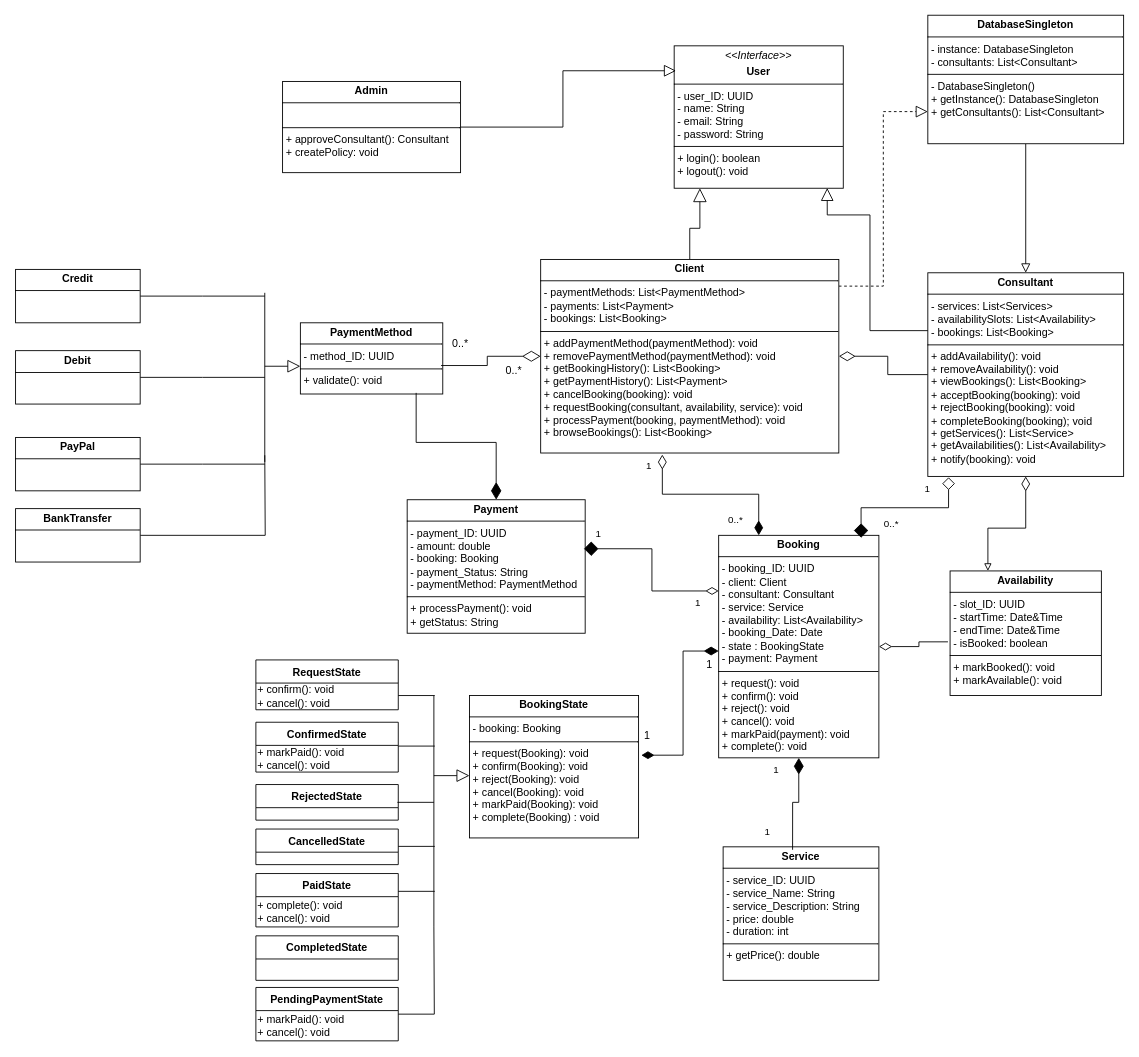
Earlier version of the draw.io diagram UML Diagrams/Class Diagrams/Class_Diagram_src.drawio.xml (yamintayyar/eecs3311-project). Source tidied: cells renumbered, new cells numbered last; positions are measured from the earlier drawing's top-left corner, leaving out a move shared by most shapes. Both pictures are drawn from the tidied source at 89%, with x=0, y=0 at pixel (15, 15).
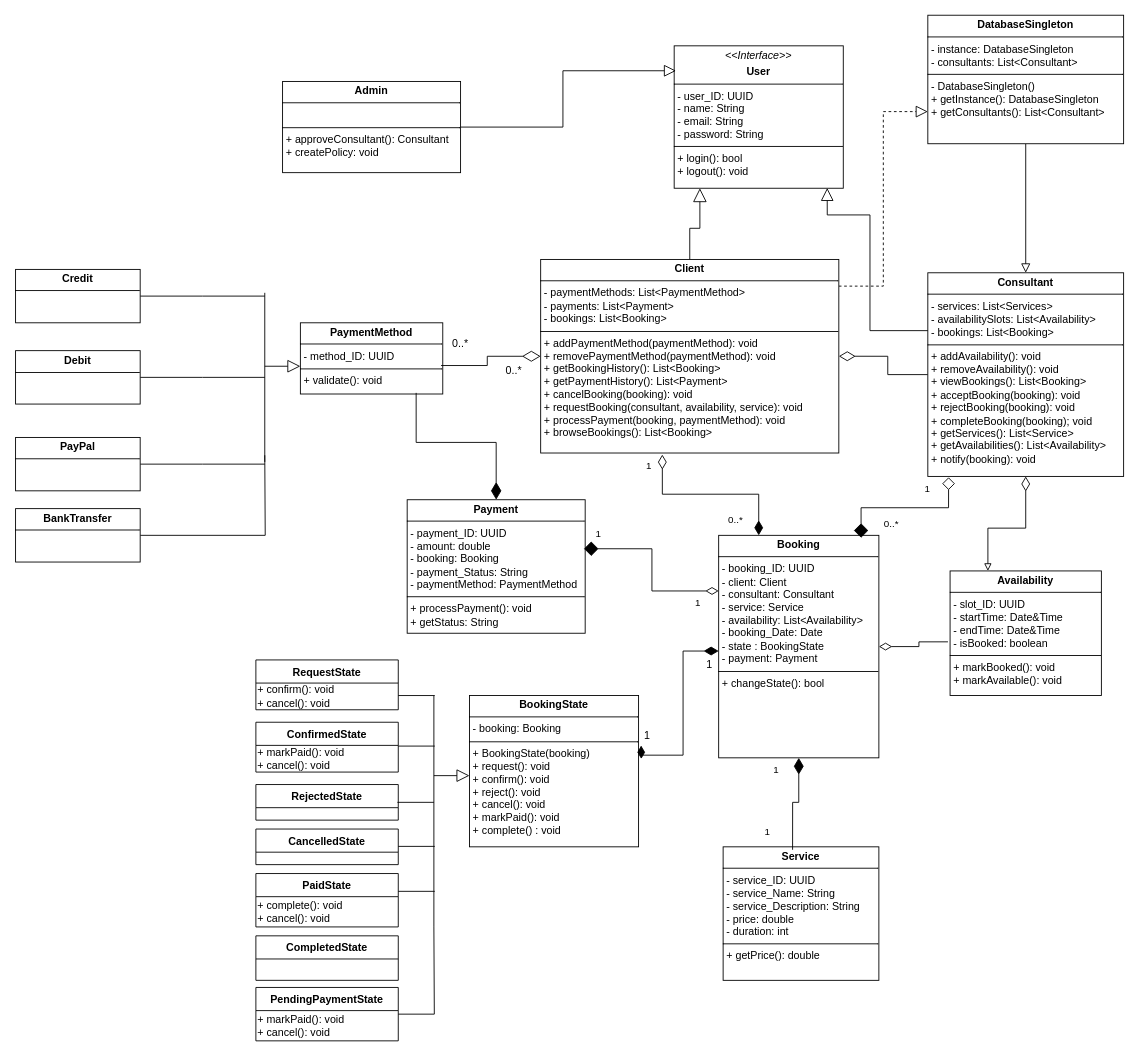
Above is the later version.

Commit message:
Fix state pattern for Booking/BookingState class

What changed in the source:
```diff
@@
-    <mxCell id="2" value="&lt;p style=&quot;margin:0px;margin-top:4px;text-align:center;&quot;&gt;&lt;i&gt;&amp;lt;&amp;lt;Interface&amp;gt;&amp;gt;&lt;/i&gt;&lt;/p&gt;&lt;p style=&quot;margin:0px;margin-top:4px;text-align:center;&quot;&gt;&lt;b&gt;User&lt;/b&gt;&lt;/p&gt;&lt;hr size=&quot;1&quot; style=&quot;border-style:solid;&quot;&gt;&lt;p style=&quot;margin:0px;margin-left:4px;&quot;&gt;- user_ID: UUID&lt;/p&gt;&lt;p style=&quot;margin:0px;margin-left:4px;&quot;&gt;- name: String&lt;/p&gt;&lt;p style=&quot;margin:0px;margin-left:4px;&quot;&gt;- email: String&lt;/p&gt;&lt;p style=&quot;margin:0px;margin-left:4px;&quot;&gt;- password: String&lt;/p&gt;&lt;hr size=&quot;1&quot; style=&quot;border-style:solid;&quot;&gt;&lt;p style=&quot;margin:0px;margin-left:4px;&quot;&gt;+ login(): boolean&lt;/p&gt;&lt;p style=&quot;margin:0px;margin-left:4px;&quot;&gt;+ logout(): void&lt;/p&gt;" style="verticalAlign=top;align=left;overflow=fill;html=1;whiteSpace=wrap;" parent="1" vertex="1">
+    <mxCell id="2" value="&lt;p style=&quot;margin:0px;margin-top:4px;text-align:center;&quot;&gt;&lt;i&gt;&amp;lt;&amp;lt;Interface&amp;gt;&amp;gt;&lt;/i&gt;&lt;/p&gt;&lt;p style=&quot;margin:0px;margin-top:4px;text-align:center;&quot;&gt;&lt;b&gt;User&lt;/b&gt;&lt;/p&gt;&lt;hr size=&quot;1&quot; style=&quot;border-style:solid;&quot;&gt;&lt;p style=&quot;margin:0px;margin-left:4px;&quot;&gt;- user_ID: UUID&lt;/p&gt;&lt;p style=&quot;margin:0px;margin-left:4px;&quot;&gt;- name: String&lt;/p&gt;&lt;p style=&quot;margin:0px;margin-left:4px;&quot;&gt;- email: String&lt;/p&gt;&lt;p style=&quot;margin:0px;margin-left:4px;&quot;&gt;- password: String&lt;/p&gt;&lt;hr size=&quot;1&quot; style=&quot;border-style:solid;&quot;&gt;&lt;p style=&quot;margin:0px;margin-left:4px;&quot;&gt;+ login(): bool&lt;/p&gt;&lt;p style=&quot;margin:0px;margin-left:4px;&quot;&gt;+ logout(): void&lt;/p&gt;" style="verticalAlign=top;align=left;overflow=fill;html=1;whiteSpace=wrap;" parent="1" vertex="1">
       <mxGeometry x="740" y="34" width="190" height="160" as="geometry" />
     </mxCell>
@@
-    <mxCell id="10" value="&lt;p style=&quot;margin:0px;margin-top:4px;text-align:center;&quot;&gt;&lt;b&gt;Booking&lt;/b&gt;&lt;/p&gt;&lt;hr size=&quot;1&quot; style=&quot;border-style:solid;&quot;&gt;&lt;p style=&quot;margin:0px;margin-left:4px;&quot;&gt;- booking_ID: UUID&lt;/p&gt;&lt;p style=&quot;margin:0px;margin-left:4px;&quot;&gt;- client: Client&lt;/p&gt;&lt;p style=&quot;margin:0px;margin-left:4px;&quot;&gt;- consultant: Consultant&lt;/p&gt;&lt;p style=&quot;margin:0px;margin-left:4px;&quot;&gt;- service: Service&lt;/p&gt;&lt;p style=&quot;margin:0px;margin-left:4px;&quot;&gt;- availability: List&amp;lt;Availability&amp;gt;&lt;/p&gt;&lt;p style=&quot;margin:0px;margin-left:4px;&quot;&gt;- booking_Date: Date&lt;/p&gt;&lt;p style=&quot;margin:0px;margin-left:4px;&quot;&gt;- state : BookingState&lt;/p&gt;&lt;p style=&quot;margin:0px;margin-left:4px;&quot;&gt;- payment: Payment&lt;/p&gt;&lt;hr size=&quot;1&quot; style=&quot;border-style:solid;&quot;&gt;&lt;p style=&quot;margin:0px;margin-left:4px;&quot;&gt;+ request(): void&lt;/p&gt;&lt;p style=&quot;margin:0px;margin-left:4px;&quot;&gt;+ confirm(): void&lt;/p&gt;&lt;p style=&quot;margin:0px;margin-left:4px;&quot;&gt;+ reject(): void&lt;/p&gt;&lt;p style=&quot;margin:0px;margin-left:4px;&quot;&gt;+ cancel(): void&lt;/p&gt;&lt;p style=&quot;margin:0px;margin-left:4px;&quot;&gt;+ markPaid(payment): void&lt;/p&gt;&lt;p style=&quot;margin:0px;margin-left:4px;&quot;&gt;+ complete(): void&lt;/p&gt;" style="verticalAlign=top;align=left;overflow=fill;html=1;whiteSpace=wrap;" parent="1" vertex="1">
+    <mxCell id="10" value="&lt;p style=&quot;margin:0px;margin-top:4px;text-align:center;&quot;&gt;&lt;b&gt;Booking&lt;/b&gt;&lt;/p&gt;&lt;hr size=&quot;1&quot; style=&quot;border-style:solid;&quot;&gt;&lt;p style=&quot;margin:0px;margin-left:4px;&quot;&gt;- booking_ID: UUID&lt;/p&gt;&lt;p style=&quot;margin:0px;margin-left:4px;&quot;&gt;- client: Client&lt;/p&gt;&lt;p style=&quot;margin:0px;margin-left:4px;&quot;&gt;- consultant: Consultant&lt;/p&gt;&lt;p style=&quot;margin:0px;margin-left:4px;&quot;&gt;- service: Service&lt;/p&gt;&lt;p style=&quot;margin:0px;margin-left:4px;&quot;&gt;- availability: List&amp;lt;Availability&amp;gt;&lt;/p&gt;&lt;p style=&quot;margin:0px;margin-left:4px;&quot;&gt;- booking_Date: Date&lt;/p&gt;&lt;p style=&quot;margin:0px;margin-left:4px;&quot;&gt;- state : BookingState&lt;/p&gt;&lt;p style=&quot;margin:0px;margin-left:4px;&quot;&gt;- payment: Payment&lt;/p&gt;&lt;hr size=&quot;1&quot; style=&quot;border-style:solid;&quot;&gt;&lt;p style=&quot;margin:0px;margin-left:4px;&quot;&gt;+ changeState(): bool&lt;/p&gt;" style="verticalAlign=top;align=left;overflow=fill;html=1;whiteSpace=wrap;" parent="1" vertex="1">
       <mxGeometry x="790" y="584" width="180" height="250" as="geometry" />
     </mxCell>
@@
-    <mxCell id="35" value="&lt;p style=&quot;margin:0px;margin-top:4px;text-align:center;&quot;&gt;&lt;b&gt;BookingState&lt;/b&gt;&lt;/p&gt;&lt;hr size=&quot;1&quot; style=&quot;border-style:solid;&quot;&gt;&lt;p style=&quot;margin:0px;margin-left:4px;&quot;&gt;- booking: Booking&lt;/p&gt;&lt;hr size=&quot;1&quot; style=&quot;border-style:solid;&quot;&gt;&lt;p style=&quot;margin:0px;margin-left:4px;&quot;&gt;+ request(Booking): void&lt;br&gt;+ confirm(Booking): void&lt;/p&gt;&lt;p style=&quot;margin:0px;margin-left:4px;&quot;&gt;+ reject(Booking): void&lt;/p&gt;&lt;p style=&quot;margin:0px;margin-left:4px;&quot;&gt;+ cancel(Booking): void&lt;/p&gt;&lt;p style=&quot;margin:0px;margin-left:4px;&quot;&gt;+ markPaid(Booking): void&lt;/p&gt;&lt;p style=&quot;margin:0px;margin-left:4px;&quot;&gt;+ complete(Booking) : void&lt;/p&gt;" style="verticalAlign=top;align=left;overflow=fill;html=1;whiteSpace=wrap;" parent="1" vertex="1">
-      <mxGeometry x="510" y="764" width="190" height="160" as="geometry" />
+    <mxCell id="35" value="&lt;p style=&quot;margin:0px;margin-top:4px;text-align:center;&quot;&gt;&lt;b&gt;BookingState&lt;/b&gt;&lt;/p&gt;&lt;hr size=&quot;1&quot; style=&quot;border-style:solid;&quot;&gt;&lt;p style=&quot;margin:0px;margin-left:4px;&quot;&gt;- booking: Booking&lt;/p&gt;&lt;hr size=&quot;1&quot; style=&quot;border-style:solid;&quot;&gt;&lt;p style=&quot;margin:0px;margin-left:4px;&quot;&gt;+ BookingState(booking)&lt;/p&gt;&lt;p style=&quot;margin:0px;margin-left:4px;&quot;&gt;+ request(): void&lt;br&gt;+ confirm(): void&lt;/p&gt;&lt;p style=&quot;margin:0px;margin-left:4px;&quot;&gt;+ reject(): void&lt;/p&gt;&lt;p style=&quot;margin:0px;margin-left:4px;&quot;&gt;+ cancel(): void&lt;/p&gt;&lt;p style=&quot;margin:0px;margin-left:4px;&quot;&gt;+ markPaid(): void&lt;/p&gt;&lt;p style=&quot;margin:0px;margin-left:4px;&quot;&gt;+ complete() : void&lt;/p&gt;" style="verticalAlign=top;align=left;overflow=fill;html=1;whiteSpace=wrap;" parent="1" vertex="1">
+      <mxGeometry x="510" y="764" width="190" height="170" as="geometry" />
     </mxCell>
```
